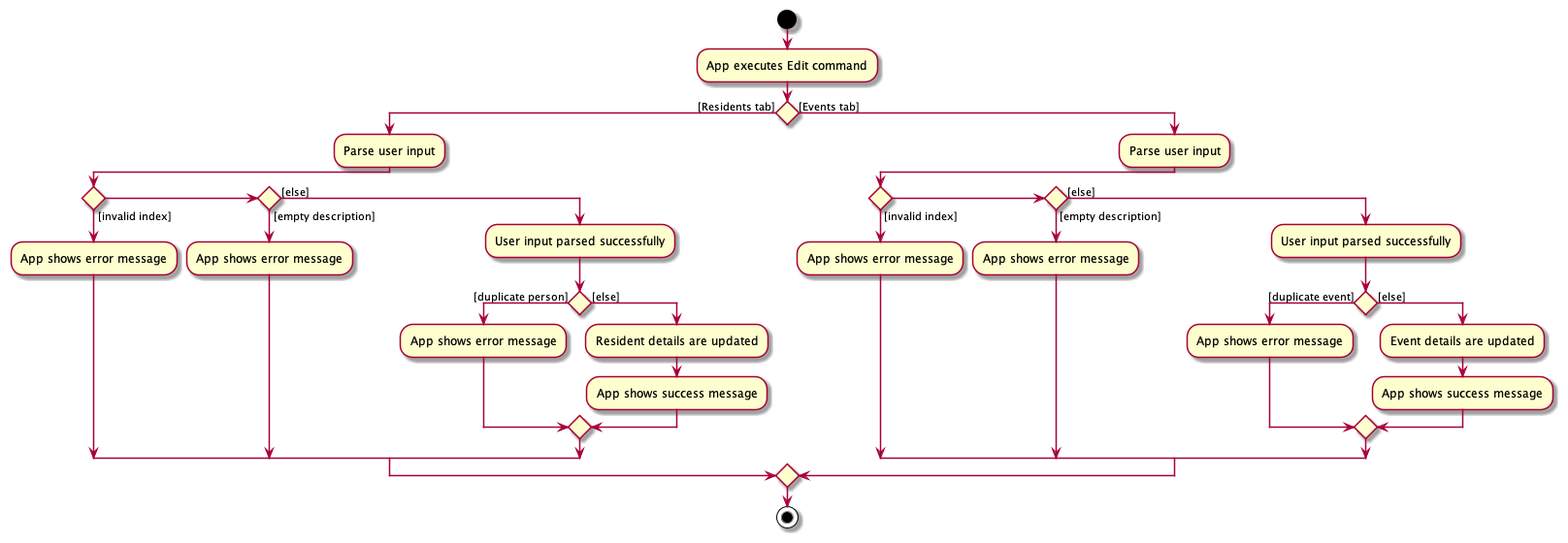
Before: docs/images/logic/commands/editcommand/EditActivityDiagram.png, a diagram exported from PlantUML (nus-cs2103-AY2122S1/tp). Source of this version:
```plantuml
@startuml
start
:App executes Edit command;


if () then ([Residents tab])
    :Parse user input;
        if () then ([invalid index])
            :App shows error message;
        elseif () then ([empty description])
            :App shows error message;
        else ([else])
            :User input parsed successfully;
    if () then ([duplicate person])
        :App shows error message;
    else ([else])
        :Resident details are updated;
        :App shows success message;
    endif
    endif
else([Events tab])
    :Parse user input;
        if () then ([invalid index])
            :App shows error message;
        elseif () then ([empty description])
            :App shows error message;
        else ([else])
            :User input parsed successfully;
    if () then ([duplicate event])
        :App shows error message;
    else ([else])
        :Event details are updated;
        :App shows success message;
    endif
    endif
endif
stop
@enduml
```
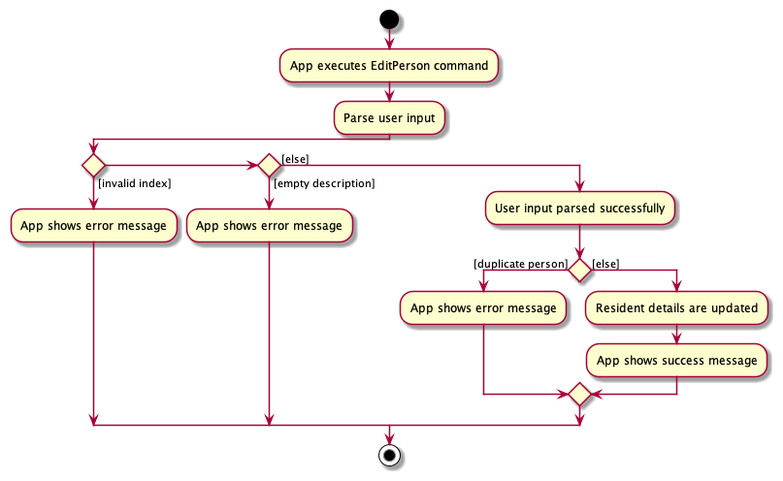
After the commit.

Commit message:
Make Edit activity diagram smaller

Change to the diagram source:
```diff
@@ -1,38 +1,21 @@
 @startuml
 start
-:App executes Edit command;
+:App executes EditPerson command;
 
 
-if () then ([Residents tab])
-    :Parse user input;
-        if () then ([invalid index])
-            :App shows error message;
-        elseif () then ([empty description])
-            :App shows error message;
-        else ([else])
-            :User input parsed successfully;
-    if () then ([duplicate person])
+:Parse user input;
+    if () then ([invalid index])
+        :App shows error message;
+    elseif () then ([empty description])
         :App shows error message;
     else ([else])
-        :Resident details are updated;
-        :App shows success message;
-    endif
-    endif
-else([Events tab])
-    :Parse user input;
-        if () then ([invalid index])
-            :App shows error message;
-        elseif () then ([empty description])
-            :App shows error message;
-        else ([else])
-            :User input parsed successfully;
-    if () then ([duplicate event])
-        :App shows error message;
-    else ([else])
-        :Event details are updated;
-        :App shows success message;
-    endif
-    endif
+        :User input parsed successfully;
+if () then ([duplicate person])
+    :App shows error message;
+else ([else])
+    :Resident details are updated;
+    :App shows success message;
+endif
 endif
 stop
 @enduml
```
